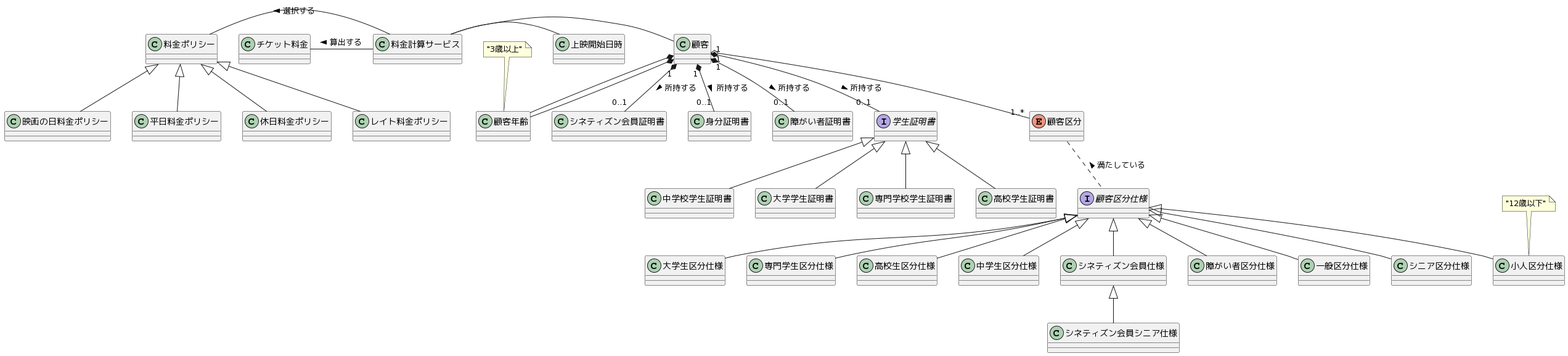
Before: docs/diagram.png, a diagram exported from PlantUML (blue32a/ticket-price-modeling).
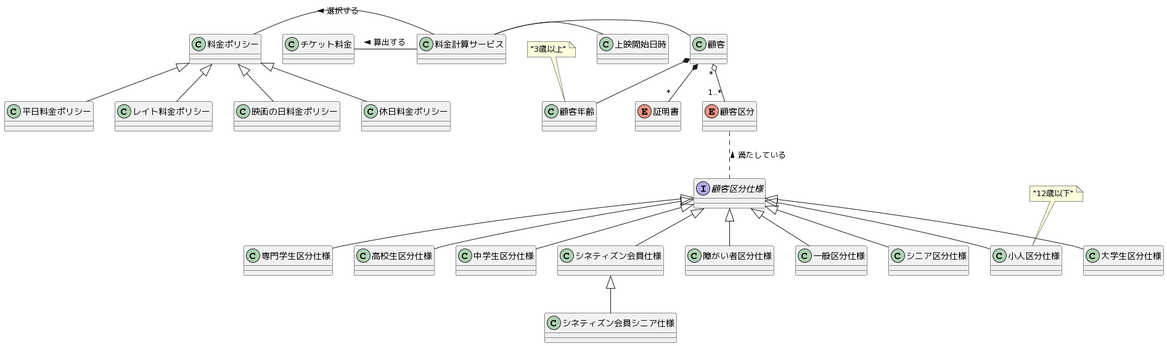
The same diagram one commit later.

What changed in the source:
```diff
@@ -1,21 +1,13 @@
 @startuml
-顧客 *-- 顧客年齢
-interface 学生証明書
 interface 顧客区分仕様
 class 上映開始日時
 enum 顧客区分
+enum 証明書
 
 顧客 *-- 顧客年齢
 note top of 顧客年齢 : "3歳以上"
-顧客 "1" o-- "1..*" 顧客区分
-顧客 "1" *-- "0..1" シネティズン会員証明書 : > 所持する
-顧客 "1" *-- "0..1" 身分証明書 : > 所持する
-顧客 "1" *-- "0..1" 学生証明書 : > 所持する
-顧客 "1" *-- "0..1" 障がい者証明書 : > 所持する
-学生証明書 <|-- 大学学生証明書
-学生証明書 <|-- 専門学校学生証明書
-学生証明書 <|-- 高校学生証明書
-学生証明書 <|-- 中学校学生証明書
+顧客 *-- "*" 証明書
+顧客 "*" o-- "1..*" 顧客区分
 顧客区分 .. 顧客区分仕様 : < 満たしている
 顧客区分仕様 <|-- シネティズン会員仕様
 シネティズン会員仕様 <|-- シネティズン会員シニア仕様
```
